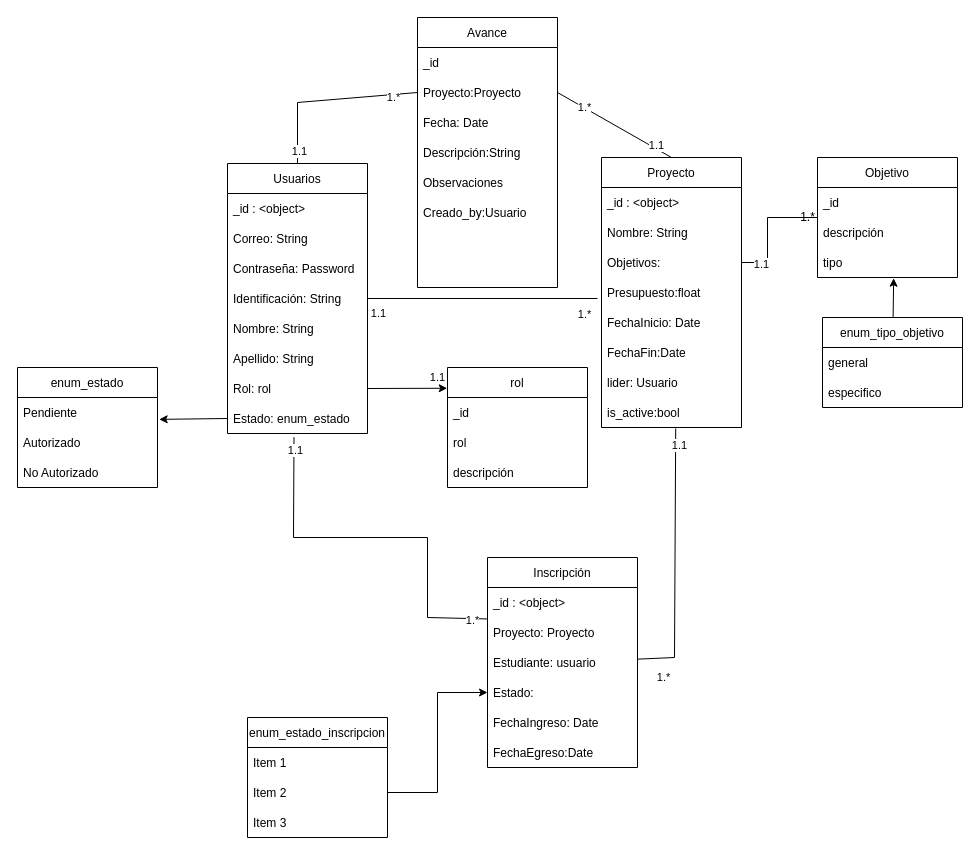
This is Untitled Diagram.drawio from jeisone/client, a draw.io file, before an edit. Source tidied: cells renumbered, new cells numbered last; positions are measured from the earlier drawing's top-left corner, leaving out a move shared by most shapes. Both pictures are drawn from the tidied source at 100%, with x=0, y=0 at pixel (17, 17).
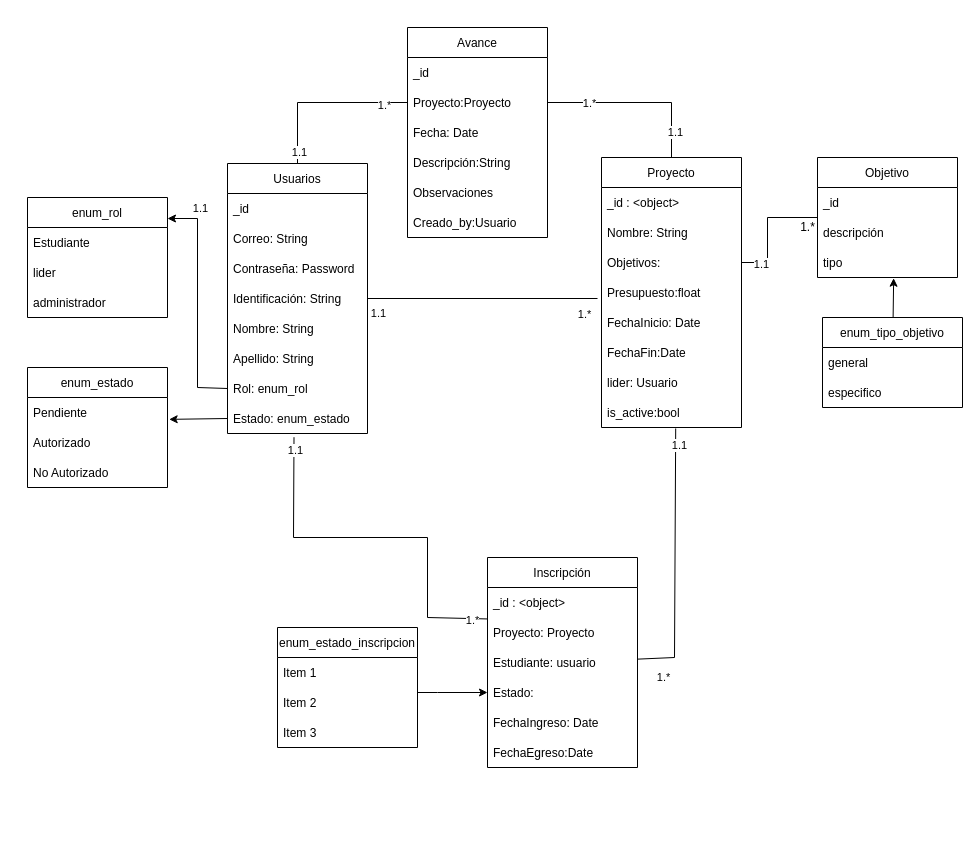
The same page after the edit.

Unchanged cells that the change refers to:
```xml
<mxCell id="2" value="Usuarios" style="swimlane;fontStyle=0;horizontal=1;startSize=30;" parent="1" vertex="1">
  <mxGeometry x="210" y="146" width="140" height="270" as="geometry" />
</mxCell>
<mxCell id="25" value="Proyecto" style="swimlane;fontStyle=0;horizontal=1;startSize=30;" parent="1" vertex="1">
  <mxGeometry x="584" y="140" width="140" height="270" as="geometry" />
</mxCell>
<mxCell id="54" value="Estado:" style="text;strokeColor=none;fillColor=none;align=left;verticalAlign=middle;spacingLeft=4;spacingRight=4;overflow=hidden;points=[[0,0.5],[1,0.5]];portConstraint=eastwest;" parent="50" vertex="1">
  <mxGeometry y="120" width="150" height="30" as="geometry" />
</mxCell>
<mxCell id="59" value="Item 2" style="text;strokeColor=none;fillColor=none;align=left;verticalAlign=middle;spacingLeft=4;spacingRight=4;overflow=hidden;points=[[0,0.5],[1,0.5]];portConstraint=eastwest;" parent="57" vertex="1">
  <mxGeometry y="60" width="140" height="30" as="geometry" />
</mxCell>
<mxCell id="64" value="Proyecto:Proyecto" style="text;strokeColor=none;fillColor=none;align=left;verticalAlign=middle;spacingLeft=4;spacingRight=4;overflow=hidden;points=[[0,0.5],[1,0.5]];portConstraint=eastwest;" parent="62" vertex="1">
  <mxGeometry y="60" width="140" height="30" as="geometry" />
</mxCell>
```

Diff of the diagram source:
```diff
@@
-    <mxCell id="3" value="_id : &lt;object&gt;" style="text;strokeColor=none;fillColor=none;align=left;verticalAlign=middle;spacingLeft=4;spacingRight=4;overflow=hidden;" parent="2" vertex="1">
+    <mxCell id="3" value="_id" style="text;strokeColor=none;fillColor=none;align=left;verticalAlign=middle;spacingLeft=4;spacingRight=4;overflow=hidden;" parent="2" vertex="1">
       <mxGeometry y="30" width="140" height="30" as="geometry" />
     </mxCell>
@@
-    <mxCell id="9" value="Rol: rol" style="text;strokeColor=none;fillColor=none;align=left;verticalAlign=middle;spacingLeft=4;spacingRight=4;overflow=hidden;points=[[0,0.5],[1,0.5]];portConstraint=eastwest;" parent="2" vertex="1">
+    <mxCell id="9" value="Rol: enum_rol" style="text;strokeColor=none;fillColor=none;align=left;verticalAlign=middle;spacingLeft=4;spacingRight=4;overflow=hidden;points=[[0,0.5],[1,0.5]];portConstraint=eastwest;" parent="2" vertex="1">
       <mxGeometry y="210" width="140" height="30" as="geometry" />
     </mxCell>
@@
-    <mxCell id="11" value="rol" style="swimlane;fontStyle=0;horizontal=1;startSize=30;" parent="1" vertex="1">
-      <mxGeometry x="430" y="350" width="140" height="120" as="geometry" />
+    <mxCell id="11" value="enum_rol" style="swimlane;fontStyle=0;horizontal=1;startSize=30;" parent="1" vertex="1">
+      <mxGeometry x="10" y="180" width="140" height="120" as="geometry" />
     </mxCell>
-    <mxCell id="12" value="_id" style="text;strokeColor=none;fillColor=none;align=left;verticalAlign=middle;spacingLeft=4;spacingRight=4;overflow=hidden;" parent="11" vertex="1">
+    <mxCell id="12" value="Estudiante " style="text;strokeColor=none;fillColor=none;align=left;verticalAlign=middle;spacingLeft=4;spacingRight=4;overflow=hidden;" parent="11" vertex="1">
       <mxGeometry y="30" width="140" height="30" as="geometry" />
     </mxCell>
-    <mxCell id="13" value="rol" style="text;strokeColor=none;fillColor=none;align=left;verticalAlign=middle;spacingLeft=4;spacingRight=4;overflow=hidden;" parent="11" vertex="1">
+    <mxCell id="13" value="lider" style="text;strokeColor=none;fillColor=none;align=left;verticalAlign=middle;spacingLeft=4;spacingRight=4;overflow=hidden;" parent="11" vertex="1">
       <mxGeometry y="60" width="140" height="30" as="geometry" />
     </mxCell>
-    <mxCell id="14" value="descripción" style="text;strokeColor=none;fillColor=none;align=left;verticalAlign=middle;spacingLeft=4;spacingRight=4;overflow=hidden;" parent="11" vertex="1">
+    <mxCell id="14" value="administrador" style="text;strokeColor=none;fillColor=none;align=left;verticalAlign=middle;spacingLeft=4;spacingRight=4;overflow=hidden;" parent="11" vertex="1">
       <mxGeometry y="90" width="140" height="30" as="geometry" />
     </mxCell>
-    <mxCell id="15" style="rounded=0;jettySize=auto;html=1;exitX=1;exitY=0.5;exitDx=0;exitDy=0;entryX=-0.002;entryY=0.173;entryDx=0;entryDy=0;entryPerimeter=0;" parent="1" edge="1" source="9" target="11">
-      <mxGeometry relative="1" as="geometry" />
+    <mxCell id="15" style="rounded=0;jettySize=auto;html=1;exitX=0;exitY=0.5;exitDx=0;exitDy=0;" parent="1" edge="1" source="9">
+      <mxGeometry relative="1" as="geometry">
+        <mxPoint x="150" y="201" as="targetPoint" />
+        <Array as="points">
+          <mxPoint x="180" y="370" />
+          <mxPoint x="180" y="201" />
+        </Array>
+      </mxGeometry>
     </mxCell>
@@
     <mxCell id="17" value="enum_estado" style="swimlane;fontStyle=0;horizontal=1;startSize=30;" parent="1" vertex="1">
-      <mxGeometry y="350" width="140" height="120" as="geometry" />
+      <mxGeometry x="10" y="350" width="140" height="120" as="geometry" />
     </mxCell>
@@
     <mxCell id="40" value="1.*" style="text;html=1;align=center;verticalAlign=middle;strokeColor=none;fillColor=none;" parent="1" vertex="1">
-      <mxGeometry x="775" y="190" width="30" height="20" as="geometry" />
+      <mxGeometry x="775" y="200" width="30" height="20" as="geometry" />
     </mxCell>
@@
     <mxCell id="57" value="enum_estado_inscripcion" style="swimlane;fontStyle=0;horizontal=1;startSize=30;" parent="1" vertex="1">
-      <mxGeometry x="230" y="700" width="140" height="120" as="geometry" />
+      <mxGeometry x="260" y="610" width="140" height="120" as="geometry" />
     </mxCell>
@@
     <mxCell id="61" style="edgeStyle=none;rounded=0;jettySize=auto;html=1;exitX=1;exitY=0.5;exitDx=0;exitDy=0;entryX=0;entryY=0.5;entryDx=0;entryDy=0;endArrow=classic;endFill=1;" parent="1" edge="1" source="59" target="54">
       <mxGeometry relative="1" as="geometry">
         <Array as="points">
-          <mxPoint x="420" y="775" />
+          <mxPoint x="400" y="675" />
           <mxPoint x="420" y="675" />
         </Array>
       </mxGeometry>
     </mxCell>
     <mxCell id="62" value="Avance" style="swimlane;fontStyle=0;horizontal=1;startSize=30;" parent="1" vertex="1">
-      <mxGeometry x="400" width="140" height="270" as="geometry" />
+      <mxGeometry x="390" y="10" width="140" height="210" as="geometry" />
     </mxCell>
@@
-    <mxCell id="69" style="text;strokeColor=none;fillColor=none;align=left;verticalAlign=middle;spacingLeft=4;spacingRight=4;overflow=hidden;" parent="62" vertex="1">
-      <mxGeometry y="210" width="140" height="30" as="geometry" />
-    </mxCell>
-    <mxCell id="70" style="text;strokeColor=none;fillColor=none;align=left;verticalAlign=middle;spacingLeft=4;spacingRight=4;overflow=hidden;" parent="62" vertex="1">
-      <mxGeometry y="240" width="140" height="30" as="geometry" />
-    </mxCell>
@@
     <mxCell id="74" style="edgeStyle=none;rounded=0;jettySize=auto;html=1;entryX=0.5;entryY=0;entryDx=0;entryDy=0;endArrow=none;endFill=0;exitX=1;exitY=0.5;exitDx=0;exitDy=0;" parent="1" edge="1" source="64" target="25">
-      <mxGeometry relative="1" as="geometry" />
+      <mxGeometry relative="1" as="geometry">
+        <Array as="points">
+          <mxPoint x="654" y="85" />
+        </Array>
+      </mxGeometry>
     </mxCell>
```
